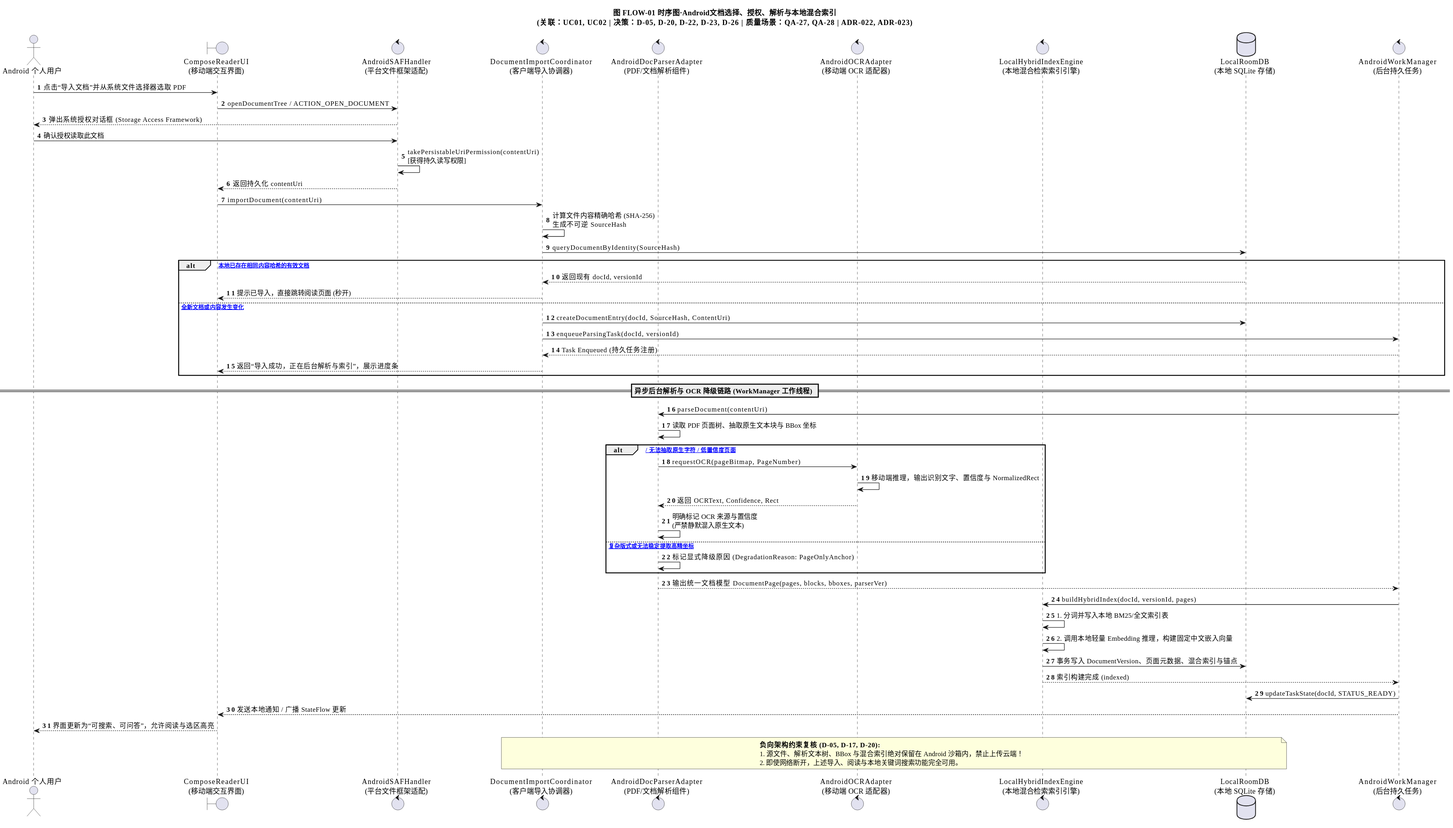
This is docs/架构设计/阶段成果-V0.4-双端需求补充/41-架构视图与图件交付包-V1.0/导出图-SVG/FLOW-01-Android文档选择授权解析与本地索引.svg from Aut-172/Intelligent-Reader, a PlantUML export, as it was before one commit. The source it was exported from:
```plantuml
@startuml
title 图 FLOW-01 时序图·Android文档选择、授权、解析与本地混合索引\n(关联：UC01, UC02 | 决策：D-05, D-20, D-22, D-23, D-26 | 质量场景：QA-27, QA-28 | ADR-022, ADR-023)
autonumber
skinparam shadowing false
skinparam defaultFontName Microsoft YaHei

actor "Android 个人用户" as User
boundary "ComposeReaderUI\n(移动端交互界面)" as UI
control "AndroidSAFHandler\n(平台文件框架适配)" as SAF
control "DocumentImportCoordinator\n(客户端导入协调器)" as Coord
control "AndroidDocParserAdapter\n(PDF/文档解析组件)" as Parser
control "AndroidOCRAdapter\n(移动端 OCR 适配器)" as OCR
control "LocalHybridIndexEngine\n(本地混合检索索引引擎)" as Indexer
database "LocalRoomDB\n(本地 SQLite 存储)" as LocalDB
control "AndroidWorkManager\n(后台持久任务)" as WorkMgr

User -> UI : 点击“导入文档”并从系统文件选择器选取 PDF
UI -> SAF : openDocumentTree / ACTION_OPEN_DOCUMENT
SAF --> User : 弹出系统授权对话框 (Storage Access Framework)
User -> SAF : 确认授权读取此文档
SAF -> SAF : takePersistableUriPermission(contentUri)\n[获得持久读写权限]
SAF --> UI : 返回持久化 contentUri

UI -> Coord : importDocument(contentUri)
Coord -> Coord : 计算文件内容精确哈希 (SHA-256)\n生成不可逆 SourceHash

Coord -> LocalDB : queryDocumentByIdentity(SourceHash)
alt [本地已存在相同内容哈希的有效文档]
    LocalDB --> Coord : 返回现有 docId, versionId
    Coord --> UI : 提示已导入，直接跳转阅读页面 (秒开)
else [全新文档或内容发生变化]
    Coord -> LocalDB : createDocumentEntry(docId, SourceHash, ContentUri)
    Coord -> WorkMgr : enqueueParsingTask(docId, versionId)
    WorkMgr --> Coord : Task Enqueued (持久任务注册)
    Coord --> UI : 返回“导入成功，正在后台解析与索引”，展示进度条
end

== 异步后台解析与 OCR 降级链路 (WorkManager 工作线程) ==

WorkMgr -> Parser : parseDocument(contentUri)
Parser -> Parser : 读取 PDF 页面树、抽取原生文本块与 BBox 坐标

alt [扫描件 / 无法抽取原生字符 / 低置信度页面]
    Parser -> OCR : requestOCR(pageBitmap, PageNumber)
    OCR -> OCR : 移动端推理，输出识别文字、置信度与 NormalizedRect
    OCR --> Parser : 返回 OCRText, Confidence, Rect
    Parser -> Parser : 明确标记 OCR 来源与置信度\n(严禁静默混入原生文本)
else [复杂版式或无法稳定提取高精坐标]
    Parser -> Parser : 标记显式降级原因 (DegradationReason: PageOnlyAnchor)
end

Parser --> WorkMgr : 输出统一文档模型 DocumentPage(pages, blocks, bboxes, parserVer)

WorkMgr -> Indexer : buildHybridIndex(docId, versionId, pages)
Indexer -> Indexer : 1. 分词并写入本地 BM25/全文索引表
Indexer -> Indexer : 2. 调用本地轻量 Embedding 推理，构建固定中文嵌入向量
Indexer -> LocalDB : 事务写入 DocumentVersion、页面元数据、混合索引与锚点
Indexer --> WorkMgr : 索引构建完成 (indexed)

WorkMgr -> LocalDB : updateTaskState(docId, STATUS_READY)
WorkMgr --> UI : 发送本地通知 / 广播 StateFlow 更新
UI --> User : 界面更新为“可搜索、可问答”，允许阅读与选区高亮

note over Coord, LocalDB
  **负向架构约束复核 (D-05, D-17, D-20):**
  1. 源文件、解析文本树、BBox 与混合索引绝对保留在 Android 沙箱内，禁止上传云端！
  2. 即使网络断开，上述导入、阅读与本地关键词搜索功能完全可用。
end note
@enduml
```
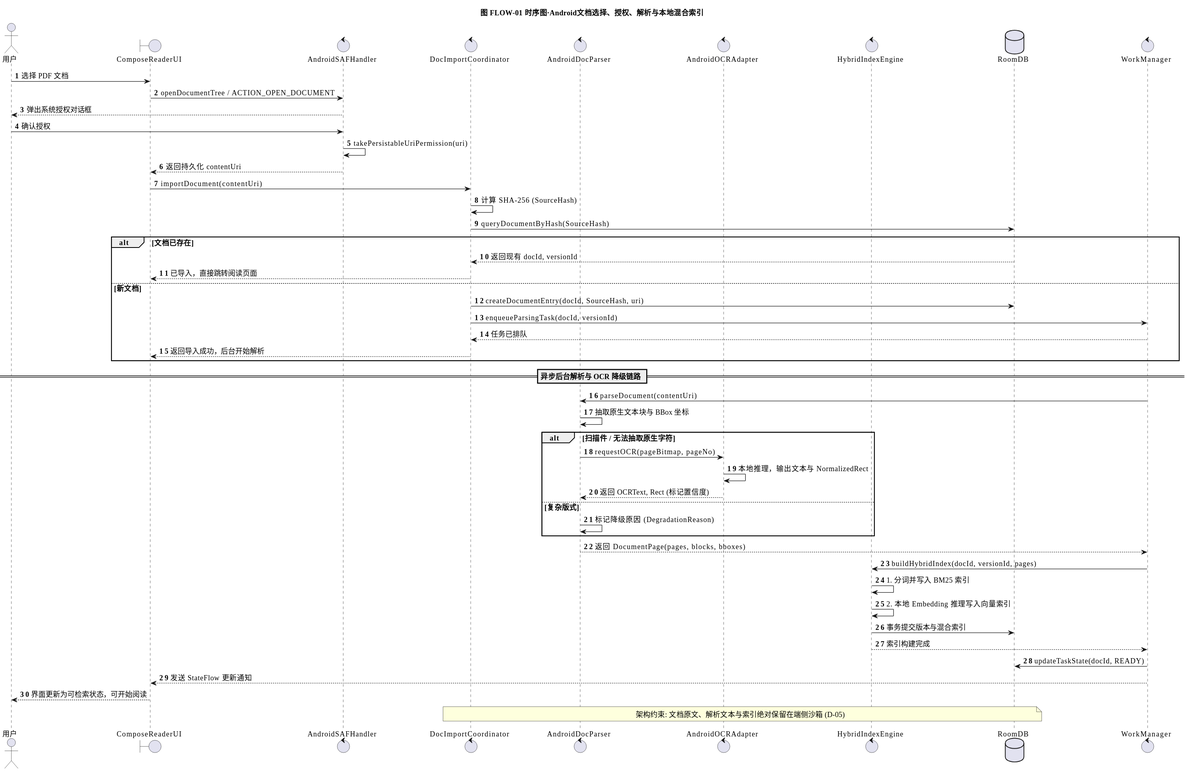
The same file after the commit.

What changed in the source:
```diff
@@ -1,69 +1,67 @@
 @startuml
-title 图 FLOW-01 时序图·Android文档选择、授权、解析与本地混合索引\n(关联：UC01, UC02 | 决策：D-05, D-20, D-22, D-23, D-26 | 质量场景：QA-27, QA-28 | ADR-022, ADR-023)
+title 图 FLOW-01 时序图·Android文档选择、授权、解析与本地混合索引
 autonumber
 skinparam shadowing false
 skinparam defaultFontName Microsoft YaHei
+skinparam defaultFontSize 14
+skinparam ParticipantPadding 10
+skinparam BoxPadding 10
 
-actor "Android 个人用户" as User
-boundary "ComposeReaderUI\n(移动端交互界面)" as UI
-control "AndroidSAFHandler\n(平台文件框架适配)" as SAF
-control "DocumentImportCoordinator\n(客户端导入协调器)" as Coord
-control "AndroidDocParserAdapter\n(PDF/文档解析组件)" as Parser
-control "AndroidOCRAdapter\n(移动端 OCR 适配器)" as OCR
-control "LocalHybridIndexEngine\n(本地混合检索索引引擎)" as Indexer
-database "LocalRoomDB\n(本地 SQLite 存储)" as LocalDB
-control "AndroidWorkManager\n(后台持久任务)" as WorkMgr
+actor "用户" as User
+boundary "ComposeReaderUI" as UI
+control "AndroidSAFHandler" as SAF
+control "DocImportCoordinator" as Coord
+control "AndroidDocParser" as Parser
+control "AndroidOCRAdapter" as OCR
+control "HybridIndexEngine" as Indexer
+database "RoomDB" as LocalDB
+control "WorkManager" as WorkMgr
 
-User -> UI : 点击“导入文档”并从系统文件选择器选取 PDF
+User -> UI : 选择 PDF 文档
 UI -> SAF : openDocumentTree / ACTION_OPEN_DOCUMENT
-SAF --> User : 弹出系统授权对话框 (Storage Access Framework)
-User -> SAF : 确认授权读取此文档
-SAF -> SAF : takePersistableUriPermission(contentUri)\n[获得持久读写权限]
+SAF --> User : 弹出系统授权对话框
+User -> SAF : 确认授权
+SAF -> SAF : takePersistableUriPermission(uri)
 SAF --> UI : 返回持久化 contentUri
 
 UI -> Coord : importDocument(contentUri)
-Coord -> Coord : 计算文件内容精确哈希 (SHA-256)\n生成不可逆 SourceHash
+Coord -> Coord : 计算 SHA-256 (SourceHash)
 
-Coord -> LocalDB : queryDocumentByIdentity(SourceHash)
-alt [本地已存在相同内容哈希的有效文档]
+Coord -> LocalDB : queryDocumentByHash(SourceHash)
+alt 文档已存在
     LocalDB --> Coord : 返回现有 docId, versionId
-    Coord --> UI : 提示已导入，直接跳转阅读页面 (秒开)
-else [全新文档或内容发生变化]
-    Coord -> LocalDB : createDocumentEntry(docId, SourceHash, ContentUri)
+    Coord --> UI : 已导入，直接跳转阅读页面
+else 新文档
+    Coord -> LocalDB : createDocumentEntry(docId, SourceHash, uri)
     Coord -> WorkMgr : enqueueParsingTask(docId, versionId)
-    WorkMgr --> Coord : Task Enqueued (持久任务注册)
-    Coord --> UI : 返回“导入成功，正在后台解析与索引”，展示进度条
+    WorkMgr --> Coord : 任务已排队
+    Coord --> UI : 返回导入成功，后台开始解析
 end
 
-== 异步后台解析与 OCR 降级链路 (WorkManager 工作线程) ==
+== 异步后台解析与 OCR 降级链路 ==
 
 WorkMgr -> Parser : parseDocument(contentUri)
-Parser -> Parser : 读取 PDF 页面树、抽取原生文本块与 BBox 坐标
+Parser -> Parser : 抽取原生文本块与 BBox 坐标
 
-alt [扫描件 / 无法抽取原生字符 / 低置信度页面]
-    Parser -> OCR : requestOCR(pageBitmap, PageNumber)
-    OCR -> OCR : 移动端推理，输出识别文字、置信度与 NormalizedRect
-    OCR --> Parser : 返回 OCRText, Confidence, Rect
-    Parser -> Parser : 明确标记 OCR 来源与置信度\n(严禁静默混入原生文本)
-else [复杂版式或无法稳定提取高精坐标]
-    Parser -> Parser : 标记显式降级原因 (DegradationReason: PageOnlyAnchor)
+alt 扫描件 / 无法抽取原生字符
+    Parser -> OCR : requestOCR(pageBitmap, pageNo)
+    OCR -> OCR : 本地推理，输出文本与 NormalizedRect
+    OCR --> Parser : 返回 OCRText, Rect (标记置信度)
+else 复杂版式
+    Parser -> Parser : 标记降级原因 (DegradationReason)
 end
 
-Parser --> WorkMgr : 输出统一文档模型 DocumentPage(pages, blocks, bboxes, parserVer)
+Parser --> WorkMgr : 返回 DocumentPage(pages, blocks, bboxes)
 
 WorkMgr -> Indexer : buildHybridIndex(docId, versionId, pages)
-Indexer -> Indexer : 1. 分词并写入本地 BM25/全文索引表
-Indexer -> Indexer : 2. 调用本地轻量 Embedding 推理，构建固定中文嵌入向量
-Indexer -> LocalDB : 事务写入 DocumentVersion、页面元数据、混合索引与锚点
-Indexer --> WorkMgr : 索引构建完成 (indexed)
+Indexer -> Indexer : 1. 分词并写入 BM25 索引
+Indexer -> Indexer : 2. 本地 Embedding 推理写入向量索引
+Indexer -> LocalDB : 事务提交版本与混合索引
+Indexer --> WorkMgr : 索引构建完成
 
-WorkMgr -> LocalDB : updateTaskState(docId, STATUS_READY)
-WorkMgr --> UI : 发送本地通知 / 广播 StateFlow 更新
-UI --> User : 界面更新为“可搜索、可问答”，允许阅读与选区高亮
+WorkMgr -> LocalDB : updateTaskState(docId, READY)
+WorkMgr --> UI : 发送 StateFlow 更新通知
+UI --> User : 界面更新为可检索状态，可开始阅读
 
-note over Coord, LocalDB
-  **负向架构约束复核 (D-05, D-17, D-20):**
-  1. 源文件、解析文本树、BBox 与混合索引绝对保留在 Android 沙箱内，禁止上传云端！
-  2. 即使网络断开，上述导入、阅读与本地关键词搜索功能完全可用。
-end note
+note over Coord, LocalDB : 架构约束: 文档原文、解析文本与索引绝对保留在端侧沙箱 (D-05)
 @enduml
```
